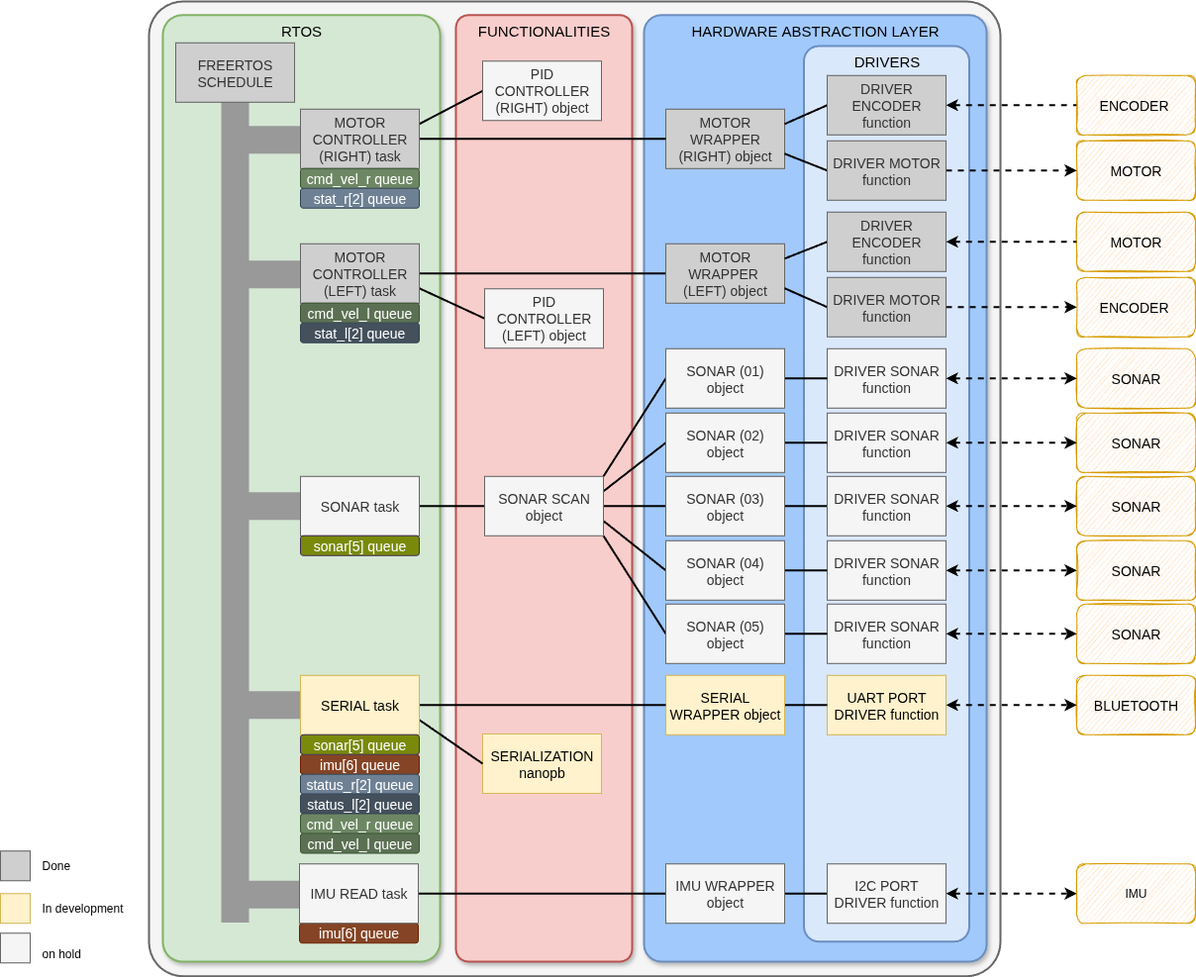
NestorDP/littlebot_firmware keeps this draw.io diagram as doc/images/arquitetura_tivac.png. Above is the earlier version. Source tidied: cells renumbered, new cells last; positions are measured from the earlier drawing's top-left corner, leaving out a move shared by most shapes.
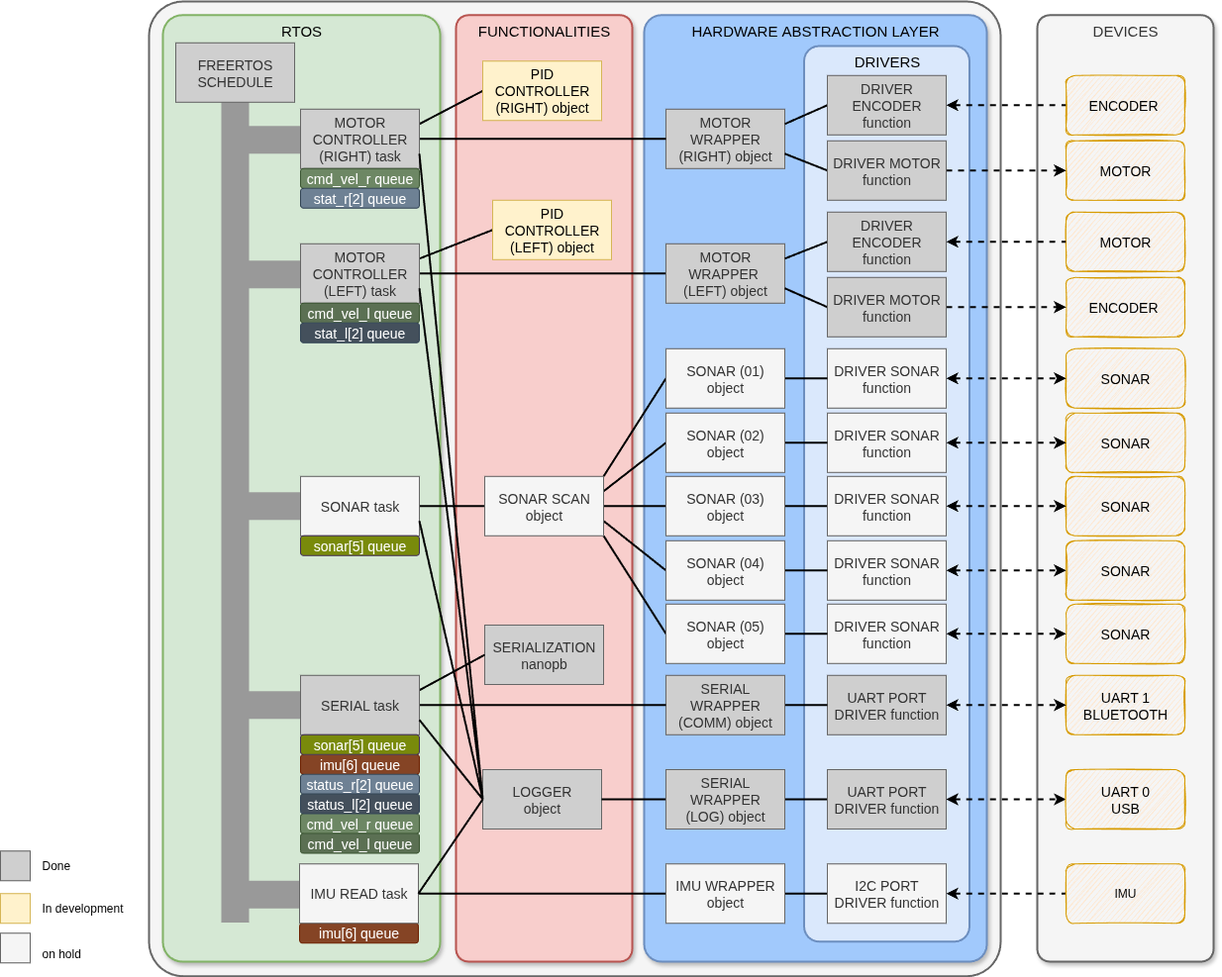
After the change.

Commit message:
📝 docs(readme): Update diagram of the achitecture

Diff of the diagram source:
```diff
@@ -5,44 +5,47 @@
     <mxCell id="2" style="rounded=1;whiteSpace=wrap;html=1;shadow=0;strokeColor=#666666;fillColor=#f5f5f5;arcSize=4;glass=0;strokeWidth=2;fontColor=#333333;" parent="1" vertex="1">
       <mxGeometry x="346" width="860" height="984.7" as="geometry" />
     </mxCell>
+    <mxCell id="5" value="&lt;span style=&quot;background-color: initial; font-size: 15px;&quot;&gt;HARDWARE&amp;nbsp;&lt;/span&gt;&lt;span style=&quot;background-color: initial; font-size: 15px;&quot;&gt;ABSTRACTION LAYER&lt;/span&gt;" style="rounded=1;whiteSpace=wrap;html=1;shadow=1;strokeColor=#6c8ebf;fillColor=#A1C9FC;arcSize=5;sketch=0;glass=0;gradientColor=none;gradientDirection=radial;verticalAlign=top;strokeWidth=2;" parent="1" vertex="1">
+      <mxGeometry x="846" y="13.8" width="346" height="956.2" as="geometry" />
+    </mxCell>
+    <mxCell id="114" value="&lt;span style=&quot;font-size: 15px;&quot;&gt;DEVICES&lt;/span&gt;" style="rounded=1;whiteSpace=wrap;html=1;shadow=1;strokeColor=#666666;fillColor=#f5f5f5;arcSize=7;sketch=0;glass=0;gradientDirection=radial;verticalAlign=top;strokeWidth=2;fontColor=#333333;" parent="1" vertex="1">
+      <mxGeometry x="1243" y="13.8" width="178" height="956.2" as="geometry" />
+    </mxCell>
     <mxCell id="3" value="&lt;span style=&quot;font-size: 15px;&quot;&gt;RTOS&lt;/span&gt;" style="rounded=1;whiteSpace=wrap;html=1;shadow=1;strokeColor=#82b366;fillColor=#d5e8d4;arcSize=7;sketch=0;glass=0;gradientDirection=radial;verticalAlign=top;strokeWidth=2;" parent="1" vertex="1">
       <mxGeometry x="360" y="13.8" width="280" height="956.2" as="geometry" />
     </mxCell>
     <mxCell id="4" value="&lt;span style=&quot;font-size: 15px;&quot;&gt;FUNCTIONALITIES&lt;/span&gt;" style="rounded=1;whiteSpace=wrap;html=1;shadow=1;strokeColor=#b85450;fillColor=#f8cecc;arcSize=7;sketch=0;glass=0;gradientDirection=radial;verticalAlign=top;strokeWidth=2;" parent="1" vertex="1">
       <mxGeometry x="656" y="13.8" width="178" height="956.2" as="geometry" />
     </mxCell>
-    <mxCell id="5" value="&lt;span style=&quot;background-color: initial; font-size: 15px;&quot;&gt;HARDWARE&amp;nbsp;&lt;/span&gt;&lt;span style=&quot;background-color: initial; font-size: 15px;&quot;&gt;ABSTRACTION LAYER&lt;/span&gt;" style="rounded=1;whiteSpace=wrap;html=1;shadow=1;strokeColor=#6c8ebf;fillColor=#A1C9FC;arcSize=5;sketch=0;glass=0;gradientColor=none;gradientDirection=radial;verticalAlign=top;strokeWidth=2;" parent="1" vertex="1">
-      <mxGeometry x="846" y="13.8" width="346" height="956.2" as="geometry" />
-    </mxCell>
     <mxCell id="6" style="rounded=1;whiteSpace=wrap;html=1;shadow=0;strokeColor=#6c8ebf;fillColor=#dae8fc;arcSize=9;gradientDirection=radial;glass=0;sketch=0;imageAspect=1;direction=east;absoluteArcSize=0;noLabel=0;fixDash=0;comic=0;strokeWidth=2;" parent="1" vertex="1">
       <mxGeometry x="1007.5" y="45" width="167" height="904.7" as="geometry" />
     </mxCell>
     <mxCell id="7" value="MOTOR" style="rounded=1;whiteSpace=wrap;html=1;fillColor=#ffe6cc;strokeColor=#d79b00;sketch=1;fontSize=14;" parent="1" vertex="1">
-      <mxGeometry x="1283" y="212.8" width="120" height="60" as="geometry" />
+      <mxGeometry x="1272" y="212.8" width="120" height="60" as="geometry" />
     </mxCell>
     <mxCell id="8" value="&lt;font style=&quot;font-size: 14px;&quot;&gt;ENCODER&amp;nbsp;&lt;/font&gt;" style="rounded=1;whiteSpace=wrap;html=1;fillColor=#ffe6cc;strokeColor=#d79b00;sketch=1;" parent="1" vertex="1">
-      <mxGeometry x="1283" y="74.8" width="120" height="60" as="geometry" />
+      <mxGeometry x="1272" y="74.8" width="120" height="60" as="geometry" />
     </mxCell>
     <mxCell id="9" value="SONAR" style="rounded=1;whiteSpace=wrap;html=1;fillColor=#ffe6cc;strokeColor=#d79b00;sketch=1;fontSize=14;" parent="1" vertex="1">
-      <mxGeometry x="1283" y="350.8" width="120" height="60" as="geometry" />
+      <mxGeometry x="1272" y="350.8" width="120" height="60" as="geometry" />
     </mxCell>
     <mxCell id="10" value="SONAR" style="rounded=1;whiteSpace=wrap;html=1;fillColor=#ffe6cc;strokeColor=#d79b00;sketch=1;fontSize=14;" parent="1" vertex="1">
-      <mxGeometry x="1283" y="415.8" width="120" height="60" as="geometry" />
+      <mxGeometry x="1272" y="415.8" width="120" height="60" as="geometry" />
     </mxCell>
     <mxCell id="11" value="SONAR" style="rounded=1;whiteSpace=wrap;html=1;fillColor=#ffe6cc;strokeColor=#d79b00;sketch=1;fontSize=14;" parent="1" vertex="1">
-      <mxGeometry x="1283" y="479.8" width="120" height="60" as="geometry" />
+      <mxGeometry x="1272" y="479.8" width="120" height="60" as="geometry" />
     </mxCell>
     <mxCell id="12" value="SONAR" style="rounded=1;whiteSpace=wrap;html=1;fillColor=#ffe6cc;strokeColor=#d79b00;sketch=1;fontSize=14;" parent="1" vertex="1">
-      <mxGeometry x="1283" y="544.8" width="120" height="60" as="geometry" />
+      <mxGeometry x="1272" y="544.8" width="120" height="60" as="geometry" />
     </mxCell>
     <mxCell id="13" value="SONAR" style="rounded=1;whiteSpace=wrap;html=1;fillColor=#ffe6cc;strokeColor=#d79b00;sketch=1;fontSize=14;" parent="1" vertex="1">
-      <mxGeometry x="1283" y="608.8" width="120" height="60" as="geometry" />
+      <mxGeometry x="1272" y="608.8" width="120" height="60" as="geometry" />
     </mxCell>
     <mxCell id="14" value="ENCODER&amp;nbsp;" style="rounded=1;whiteSpace=wrap;html=1;fillColor=#ffe6cc;strokeColor=#d79b00;sketch=1;fontSize=14;" parent="1" vertex="1">
-      <mxGeometry x="1283" y="278.8" width="120" height="60" as="geometry" />
+      <mxGeometry x="1272" y="278.8" width="120" height="60" as="geometry" />
     </mxCell>
     <mxCell id="15" value="MOTOR" style="rounded=1;whiteSpace=wrap;html=1;fillColor=#ffe6cc;strokeColor=#d79b00;sketch=1;fontSize=14;" parent="1" vertex="1">
-      <mxGeometry x="1283" y="140.8" width="120" height="60" as="geometry" />
+      <mxGeometry x="1272" y="140.8" width="120" height="60" as="geometry" />
     </mxCell>
     <mxCell id="16" style="edgeStyle=orthogonalEdgeStyle;rounded=0;jettySize=auto;html=1;exitX=1;exitY=0.5;exitDx=0;exitDy=0;entryX=0;entryY=0.5;entryDx=0;entryDy=0;startArrow=classic;startFill=1;dashed=1;strokeWidth=2;" parent="1" edge="1" source="17" target="9">
       <mxGeometry relative="1" as="geometry" />
@@ -119,7 +122,7 @@
     <mxCell id="40" style="rounded=0;jettySize=auto;html=1;exitX=0;exitY=0.5;exitDx=0;exitDy=0;entryX=1;entryY=0.25;entryDx=0;entryDy=0;strokeWidth=2;endArrow=none;endFill=0;" parent="1" edge="1" source="41" target="35">
       <mxGeometry relative="1" as="geometry" />
     </mxCell>
-    <mxCell id="41" value="DRIVER ENCODER function" style="rounded=0;whiteSpace=wrap;html=1;fontSize=14;fillColor=#cfcfcf;fontColor=#333333;strokeColor=#666666;" parent="1" vertex="1">
+    <mxCell id="41" value="DRIVER ENCODER function" style="rounded=0;whiteSpace=wrap;html=1;fontSize=14;fillColor=#CFCFCF;fontColor=#333333;strokeColor=#666666;" parent="1" vertex="1">
       <mxGeometry x="1031" y="212.8" width="120" height="60" as="geometry" />
     </mxCell>
     <mxCell id="42" style="edgeStyle=orthogonalEdgeStyle;rounded=0;jettySize=auto;html=1;endArrow=none;endFill=0;strokeWidth=2;" parent="1" edge="1" source="44" target="17">
@@ -176,25 +179,25 @@
     <mxCell id="59" value="IMU WRAPPER object" style="rounded=0;whiteSpace=wrap;html=1;shadow=0;fontSize=14;fillColor=#f5f5f5;fontColor=#333333;strokeColor=#666666;" parent="1" vertex="1">
       <mxGeometry x="868" y="871.3" width="120" height="60" as="geometry" />
     </mxCell>
-    <mxCell id="60" style="edgeStyle=orthogonalEdgeStyle;rounded=0;jettySize=auto;html=1;exitX=1;exitY=0.5;exitDx=0;exitDy=0;entryX=0;entryY=0.5;entryDx=0;entryDy=0;startArrow=classic;startFill=1;dashed=1;strokeWidth=2;" parent="1" edge="1" source="61" target="62">
+    <mxCell id="60" style="edgeStyle=orthogonalEdgeStyle;rounded=0;jettySize=auto;html=1;exitX=1;exitY=0.5;exitDx=0;exitDy=0;entryX=0;entryY=0.5;entryDx=0;entryDy=0;startArrow=classic;startFill=1;dashed=1;strokeWidth=2;endArrow=none;endFill=0;" parent="1" edge="1" source="61" target="62">
       <mxGeometry relative="1" as="geometry" />
     </mxCell>
     <mxCell id="61" value="I2C PORT DRIVER function" style="rounded=0;whiteSpace=wrap;html=1;shadow=0;fontSize=14;fillColor=#F5F5F5;fontColor=#333333;strokeColor=#666666;" parent="1" vertex="1">
       <mxGeometry x="1031" y="871.3" width="120" height="60" as="geometry" />
     </mxCell>
     <mxCell id="62" value="IMU" style="rounded=1;whiteSpace=wrap;html=1;fillColor=#ffe6cc;strokeColor=#d79b00;sketch=1;" parent="1" vertex="1">
-      <mxGeometry x="1283" y="871.3" width="120" height="60" as="geometry" />
+      <mxGeometry x="1272" y="871.3" width="120" height="60" as="geometry" />
     </mxCell>
-    <mxCell id="63" style="rounded=0;jettySize=auto;html=1;endArrow=none;endFill=0;strokeWidth=2;entryX=1;entryY=0.75;entryDx=0;entryDy=0;exitX=0;exitY=0.5;exitDx=0;exitDy=0;" parent="1" edge="1" source="64" target="104">
+    <mxCell id="63" style="rounded=0;jettySize=auto;html=1;endArrow=none;endFill=0;strokeWidth=2;entryX=1;entryY=0.25;entryDx=0;entryDy=0;exitX=0;exitY=0.5;exitDx=0;exitDy=0;" parent="1" edge="1" source="64" target="104">
       <mxGeometry relative="1" as="geometry" />
     </mxCell>
-    <mxCell id="64" value="PID CONTROLLER (LEFT) object" style="rounded=0;whiteSpace=wrap;html=1;fontSize=14;fillColor=#f5f5f5;fontColor=#333333;strokeColor=#666666;" parent="1" vertex="1">
-      <mxGeometry x="685" y="290.3" width="120" height="60" as="geometry" />
+    <mxCell id="64" value="PID CONTROLLER (LEFT) object" style="rounded=0;whiteSpace=wrap;html=1;fontSize=14;fillColor=#fff2cc;strokeColor=#d6b656;" parent="1" vertex="1">
+      <mxGeometry x="693" y="200.8" width="120" height="60" as="geometry" />
     </mxCell>
     <mxCell id="65" style="rounded=0;jettySize=auto;html=1;exitX=0;exitY=0.5;exitDx=0;exitDy=0;entryX=1;entryY=0.25;entryDx=0;entryDy=0;endArrow=none;endFill=0;strokeWidth=2;" parent="1" edge="1" source="66" target="109">
       <mxGeometry relative="1" as="geometry" />
     </mxCell>
-    <mxCell id="66" value="PID CONTROLLER (RIGHT) object" style="rounded=0;whiteSpace=wrap;html=1;fontSize=14;fillColor=#f5f5f5;fontColor=#333333;strokeColor=#666666;" parent="1" vertex="1">
+    <mxCell id="66" value="PID CONTROLLER (RIGHT) object" style="rounded=0;whiteSpace=wrap;html=1;fontSize=14;fillColor=#fff2cc;strokeColor=#d6b656;" parent="1" vertex="1">
       <mxGeometry x="683" y="60.3" width="120" height="60" as="geometry" />
     </mxCell>
     <mxCell id="67" style="rounded=0;whiteSpace=wrap;html=1;rotation=90;strokeColor=none;fillColor=#999999;" parent="1" vertex="1">
@@ -217,28 +220,31 @@
         <mxPoint x="559" y="188.8" as="sourcePoint" />
       </mxGeometry>
     </mxCell>
+    <mxCell id="115" style="edgeStyle=orthogonalEdgeStyle;rounded=0;jettySize=auto;html=1;exitX=1;exitY=0.5;exitDx=0;exitDy=0;entryX=0;entryY=0.5;entryDx=0;entryDy=0;strokeWidth=2;dashed=1;startArrow=classic;startFill=1;" parent="1" edge="1" source="121" target="118">
+      <mxGeometry relative="1" as="geometry" />
+    </mxCell>
-    <mxCell id="73" value="UART PORT DRIVER function" style="rounded=0;whiteSpace=wrap;html=1;fontSize=14;fillColor=#fff2cc;strokeColor=#d6b656;" parent="1" vertex="1">
+    <mxCell id="73" value="UART PORT DRIVER function" style="rounded=0;whiteSpace=wrap;html=1;fontSize=14;fillColor=#CFCFCF;strokeColor=#666666;fontColor=#333333;" parent="1" vertex="1">
       <mxGeometry x="1031" y="680.8" width="120" height="60" as="geometry" />
     </mxCell>
-    <mxCell id="74" value="BLUETOOTH" style="rounded=1;whiteSpace=wrap;html=1;fillColor=#ffe6cc;strokeColor=#d79b00;sketch=1;fontSize=14;" parent="1" vertex="1">
-      <mxGeometry x="1283" y="680.8" width="120" height="60" as="geometry" />
+    <mxCell id="74" value="UART 1&lt;div&gt;BLUETOOTH&lt;/div&gt;" style="rounded=1;whiteSpace=wrap;html=1;fillColor=#ffe6cc;strokeColor=#d79b00;sketch=1;fontSize=14;" parent="1" vertex="1">
+      <mxGeometry x="1272" y="680.8" width="120" height="60" as="geometry" />
     </mxCell>
     <mxCell id="75" style="edgeStyle=orthogonalEdgeStyle;rounded=0;jettySize=auto;html=1;exitX=1;exitY=0.5;exitDx=0;exitDy=0;entryX=0;entryY=0.5;entryDx=0;entryDy=0;startArrow=classic;startFill=1;dashed=1;strokeWidth=2;" parent="1" edge="1" source="73" target="74">
       <mxGeometry relative="1" as="geometry" />
     </mxCell>
-    <mxCell id="76" style="edgeStyle=orthogonalEdgeStyle;rounded=0;jettySize=auto;html=1;exitX=1;exitY=0.5;exitDx=0;exitDy=0;entryX=0;entryY=0.5;entryDx=0;entryDy=0;strokeWidth=2;fontSize=11;endArrow=none;endFill=0;" parent="1" edge="1" source="77" target="73">
+    <mxCell id="76" style="rounded=0;jettySize=auto;html=1;exitX=1;exitY=0.5;exitDx=0;exitDy=0;entryX=0;entryY=0.5;entryDx=0;entryDy=0;strokeWidth=2;fontSize=11;endArrow=none;endFill=0;" parent="1" edge="1" source="77" target="73">
       <mxGeometry relative="1" as="geometry" />
     </mxCell>
-    <mxCell id="77" value="SERIAL WRAPPER object" style="rounded=0;whiteSpace=wrap;html=1;fontSize=14;fillColor=#fff2cc;strokeColor=#d6b656;" parent="1" vertex="1">
+    <mxCell id="77" value="SERIAL WRAPPER (COMM) object" style="rounded=0;whiteSpace=wrap;html=1;fontSize=14;fillColor=#CFCFCF;strokeColor=#666666;fontColor=#333333;" parent="1" vertex="1">
       <mxGeometry x="868" y="680.8" width="120" height="60" as="geometry" />
     </mxCell>
     <mxCell id="78" style="rounded=0;jettySize=auto;html=1;exitX=1;exitY=0.5;exitDx=0;exitDy=0;entryX=0;entryY=0.5;entryDx=0;entryDy=0;strokeWidth=2;fontSize=11;endArrow=none;endFill=0;" parent="1" edge="1" source="87" target="77">
       <mxGeometry relative="1" as="geometry" />
     </mxCell>
-    <mxCell id="79" value="SERIALIZATION nanopb" style="rounded=0;whiteSpace=wrap;html=1;fontSize=14;fillColor=#fff2cc;strokeColor=#d6b656;" parent="1" vertex="1">
-      <mxGeometry x="683" y="740" width="120" height="60" as="geometry" />
+    <mxCell id="79" value="SERIALIZATION nanopb" style="rounded=0;whiteSpace=wrap;html=1;fontSize=14;fillColor=#CFCFCF;strokeColor=#666666;fontColor=#333333;" parent="1" vertex="1">
+      <mxGeometry x="685" y="630" width="120" height="60" as="geometry" />
     </mxCell>
-    <mxCell id="80" style="rounded=0;jettySize=auto;html=1;exitX=1;exitY=0.75;exitDx=0;exitDy=0;entryX=0;entryY=0.5;entryDx=0;entryDy=0;strokeWidth=2;fontSize=11;endArrow=none;endFill=0;" parent="1" edge="1" source="87" target="79">
+    <mxCell id="80" style="rounded=0;jettySize=auto;html=1;exitX=1;exitY=0.25;exitDx=0;exitDy=0;entryX=0;entryY=0.5;entryDx=0;entryDy=0;strokeWidth=2;fontSize=11;endArrow=none;endFill=0;" parent="1" edge="1" source="87" target="79">
       <mxGeometry relative="1" as="geometry" />
     </mxCell>
     <mxCell id="81" style="rounded=0;whiteSpace=wrap;html=1;fontSize=14;fillColor=#CFCFCF;fontColor=#333333;strokeColor=#666666;" parent="1" vertex="1">
@@ -259,7 +265,7 @@
     <mxCell id="86" style="rounded=0;whiteSpace=wrap;html=1;rotation=0;strokeColor=none;fillColor=#999999;" parent="85" vertex="1">
       <mxGeometry y="16" width="131" height="28" as="geometry" />
     </mxCell>
-    <mxCell id="87" value="SERIAL task" style="rounded=0;whiteSpace=wrap;html=1;fontSize=14;fillColor=#fff2cc;strokeColor=#d6b656;" parent="85" vertex="1">
+    <mxCell id="87" value="SERIAL task" style="rounded=0;whiteSpace=wrap;html=1;fontSize=14;fillColor=#CFCFCF;strokeColor=#666666;fontColor=#333333;" parent="85" vertex="1">
       <mxGeometry x="57" width="120" height="60" as="geometry" />
     </mxCell>
     <mxCell id="88" value="cmd_vel_l queue" style="rounded=1;whiteSpace=wrap;html=1;fontSize=14;fillColor=#5B7053;strokeColor=#3A5431;fontColor=#ffffff;" parent="85" vertex="1">
@@ -340,5 +346,38 @@
     <mxCell id="113" value="In development" style="text;html=1;strokeColor=none;fillColor=none;align=left;verticalAlign=middle;whiteSpace=wrap;rounded=0;" parent="1" vertex="1">
       <mxGeometry x="236" y="901.3" width="87" height="30" as="geometry" />
     </mxCell>
+    <mxCell id="116" style="rounded=0;jettySize=auto;html=1;exitX=1;exitY=0.5;exitDx=0;exitDy=0;entryX=0;entryY=0.5;entryDx=0;entryDy=0;strokeWidth=2;endArrow=none;endFill=0;" parent="1" edge="1" source="120" target="121">
+      <mxGeometry relative="1" as="geometry" />
+    </mxCell>
+    <mxCell id="117" value="LOGGER&lt;div&gt;object&lt;/div&gt;" style="rounded=0;whiteSpace=wrap;html=1;fontSize=14;fillColor=#CFCFCF;fontColor=#333333;strokeColor=#666666;" parent="1" vertex="1">
+      <mxGeometry x="683" y="776" width="120" height="60" as="geometry" />
+    </mxCell>
+    <mxCell id="118" value="UART 0&lt;div&gt;USB&lt;/div&gt;" style="rounded=1;whiteSpace=wrap;html=1;fillColor=#ffe6cc;strokeColor=#d79b00;sketch=1;fontSize=14;" parent="1" vertex="1">
+      <mxGeometry x="1272" y="776" width="120" height="60" as="geometry" />
+    </mxCell>
+    <mxCell id="119" style="edgeStyle=orthogonalEdgeStyle;rounded=0;jettySize=auto;html=1;exitX=1;exitY=0.5;exitDx=0;exitDy=0;entryX=0;entryY=0.5;entryDx=0;entryDy=0;strokeWidth=2;endArrow=none;endFill=0;" parent="1" edge="1" source="117" target="120">
+      <mxGeometry relative="1" as="geometry" />
+    </mxCell>
+    <mxCell id="120" value="SERIAL WRAPPER&lt;div&gt;(LOG) object&lt;/div&gt;" style="rounded=0;whiteSpace=wrap;html=1;fontSize=14;fillColor=#CFCFCF;fontColor=#333333;strokeColor=#666666;" parent="1" vertex="1">
+      <mxGeometry x="868" y="776" width="120" height="60" as="geometry" />
+    </mxCell>
+    <mxCell id="121" value="UART PORT DRIVER function" style="rounded=0;whiteSpace=wrap;html=1;fontSize=14;fillColor=#CFCFCF;strokeColor=#666666;fontColor=#333333;" parent="1" vertex="1">
+      <mxGeometry x="1031" y="776" width="120" height="60" as="geometry" />
+    </mxCell>
+    <mxCell id="122" style="rounded=0;jettySize=auto;html=1;exitX=1;exitY=0.75;exitDx=0;exitDy=0;entryX=0;entryY=0.5;entryDx=0;entryDy=0;strokeWidth=2;endArrow=none;endFill=0;" parent="1" edge="1" source="109" target="117">
+      <mxGeometry relative="1" as="geometry" />
+    </mxCell>
+    <mxCell id="123" style="rounded=0;jettySize=auto;html=1;exitX=1;exitY=0.75;exitDx=0;exitDy=0;entryX=0;entryY=0.5;entryDx=0;entryDy=0;strokeWidth=2;endArrow=none;endFill=0;" parent="1" edge="1" source="104" target="117">
+      <mxGeometry relative="1" as="geometry" />
+    </mxCell>
+    <mxCell id="124" style="rounded=0;jettySize=auto;html=1;exitX=1;exitY=0.75;exitDx=0;exitDy=0;entryX=0;entryY=0.5;entryDx=0;entryDy=0;strokeWidth=2;endArrow=none;endFill=0;" parent="1" edge="1" source="100" target="117">
+      <mxGeometry relative="1" as="geometry" />
+    </mxCell>
+    <mxCell id="125" style="rounded=0;jettySize=auto;html=1;exitX=1;exitY=0.75;exitDx=0;exitDy=0;entryX=0;entryY=0.5;entryDx=0;entryDy=0;strokeWidth=2;endArrow=none;endFill=0;" parent="1" edge="1" source="87" target="117">
+      <mxGeometry relative="1" as="geometry" />
+    </mxCell>
+    <mxCell id="126" style="rounded=0;jettySize=auto;html=1;exitX=1;exitY=0.5;exitDx=0;exitDy=0;entryX=0;entryY=0.5;entryDx=0;entryDy=0;strokeWidth=2;endArrow=none;endFill=0;" parent="1" edge="1" source="97" target="117">
+      <mxGeometry relative="1" as="geometry" />
+    </mxCell>
   </root>
 </mxGraphModel>
```
